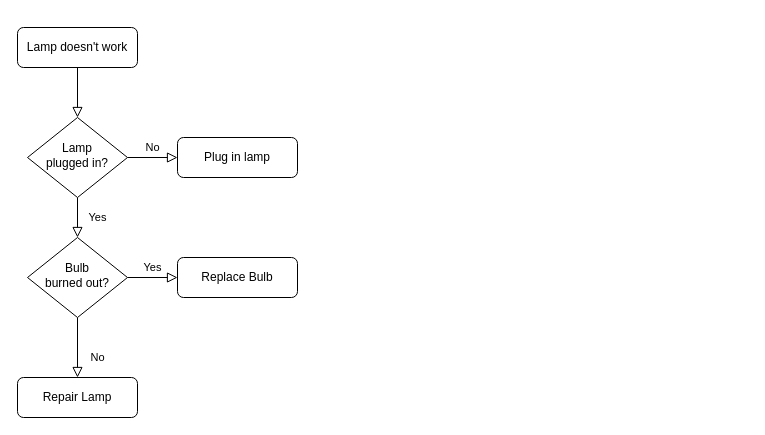
The draw.io diagram Untitled Diagram.drawio in nadimsheikh07/imageToPdf, before the edit. Source tidied: cells renumbered, new cells numbered last; positions are measured from the earlier drawing's top-left corner, leaving out a move shared by most shapes. Both pictures are drawn from the tidied source at 100%, with x=0, y=0 at pixel (17, 27).
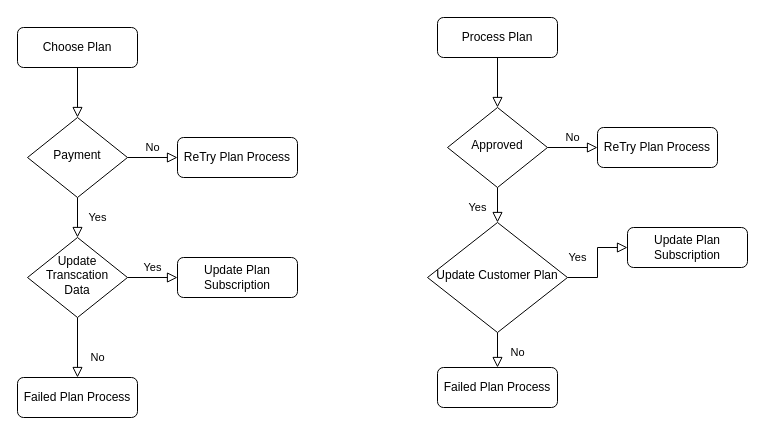
The same page after the edit.

Diff of the diagram source:
```diff
@@
-    <mxCell id="3" value="Lamp doesn't work" style="rounded=1;whiteSpace=wrap;html=1;fontSize=12;glass=0;strokeWidth=1;shadow=0;" parent="1" vertex="1">
+    <mxCell id="3" value="Choose Plan" style="rounded=1;whiteSpace=wrap;html=1;fontSize=12;glass=0;strokeWidth=1;shadow=0;" parent="1" vertex="1">
       <mxGeometry width="120" height="40" as="geometry" />
     </mxCell>
@@
-    <mxCell id="6" value="Lamp&lt;br&gt;plugged in?" style="rhombus;whiteSpace=wrap;html=1;shadow=0;fontFamily=Helvetica;fontSize=12;align=center;strokeWidth=1;spacing=6;spacingTop=-4;" parent="1" vertex="1">
+    <mxCell id="6" value="Payment" style="rhombus;whiteSpace=wrap;html=1;shadow=0;fontFamily=Helvetica;fontSize=12;align=center;strokeWidth=1;spacing=6;spacingTop=-4;" parent="1" vertex="1">
       <mxGeometry x="10" y="90" width="100" height="80" as="geometry" />
     </mxCell>
-    <mxCell id="7" value="Plug in lamp" style="rounded=1;whiteSpace=wrap;html=1;fontSize=12;glass=0;strokeWidth=1;shadow=0;" parent="1" vertex="1">
+    <mxCell id="7" value="ReTry Plan Process" style="rounded=1;whiteSpace=wrap;html=1;fontSize=12;glass=0;strokeWidth=1;shadow=0;" parent="1" vertex="1">
       <mxGeometry x="160" y="110" width="120" height="40" as="geometry" />
     </mxCell>
@@
-    <mxCell id="10" value="Bulb&lt;br&gt;burned out?" style="rhombus;whiteSpace=wrap;html=1;shadow=0;fontFamily=Helvetica;fontSize=12;align=center;strokeWidth=1;spacing=6;spacingTop=-4;" parent="1" vertex="1">
+    <mxCell id="10" value="Update Transcation Data" style="rhombus;whiteSpace=wrap;html=1;shadow=0;fontFamily=Helvetica;fontSize=12;align=center;strokeWidth=1;spacing=6;spacingTop=-4;" parent="1" vertex="1">
       <mxGeometry x="10" y="210" width="100" height="80" as="geometry" />
     </mxCell>
-    <mxCell id="11" value="Repair Lamp" style="rounded=1;whiteSpace=wrap;html=1;fontSize=12;glass=0;strokeWidth=1;shadow=0;" parent="1" vertex="1">
+    <mxCell id="11" value="Failed Plan Process" style="rounded=1;whiteSpace=wrap;html=1;fontSize=12;glass=0;strokeWidth=1;shadow=0;" parent="1" vertex="1">
       <mxGeometry y="350" width="120" height="40" as="geometry" />
     </mxCell>
-    <mxCell id="12" value="Replace Bulb" style="rounded=1;whiteSpace=wrap;html=1;fontSize=12;glass=0;strokeWidth=1;shadow=0;" parent="1" vertex="1">
+    <mxCell id="12" value="Update Plan Subscription" style="rounded=1;whiteSpace=wrap;html=1;fontSize=12;glass=0;strokeWidth=1;shadow=0;" parent="1" vertex="1">
       <mxGeometry x="160" y="230" width="120" height="40" as="geometry" />
     </mxCell>
+    <mxCell id="13" style="rounded=0;html=1;jettySize=auto;fontSize=11;endArrow=block;endFill=0;endSize=8;strokeWidth=1;shadow=0;labelBackgroundColor=none;edgeStyle=orthogonalEdgeStyle;" parent="1" edge="1" source="14" target="17">
+      <mxGeometry relative="1" as="geometry" />
+    </mxCell>
+    <mxCell id="14" value="Process Plan" style="rounded=1;whiteSpace=wrap;html=1;fontSize=12;glass=0;strokeWidth=1;shadow=0;" parent="1" vertex="1">
+      <mxGeometry x="420" y="-10" width="120" height="40" as="geometry" />
+    </mxCell>
+    <mxCell id="15" value="Yes" style="rounded=0;html=1;jettySize=auto;fontSize=11;endArrow=block;endFill=0;endSize=8;strokeWidth=1;shadow=0;labelBackgroundColor=none;edgeStyle=orthogonalEdgeStyle;" parent="1" edge="1" source="17" target="21">
+      <mxGeometry x="0.33" y="-20" relative="1" as="geometry" />
+    </mxCell>
+    <mxCell id="16" value="No" style="edgeStyle=orthogonalEdgeStyle;rounded=0;html=1;jettySize=auto;fontSize=11;endArrow=block;endFill=0;endSize=8;strokeWidth=1;shadow=0;labelBackgroundColor=none;" parent="1" edge="1" source="17" target="18">
+      <mxGeometry y="10" relative="1" as="geometry" />
+    </mxCell>
+    <mxCell id="17" value="Approved" style="rhombus;whiteSpace=wrap;html=1;shadow=0;fontFamily=Helvetica;fontSize=12;align=center;strokeWidth=1;spacing=6;spacingTop=-4;" parent="1" vertex="1">
+      <mxGeometry x="430" y="80" width="100" height="80" as="geometry" />
+    </mxCell>
+    <mxCell id="18" value="ReTry Plan Process" style="rounded=1;whiteSpace=wrap;html=1;fontSize=12;glass=0;strokeWidth=1;shadow=0;" parent="1" vertex="1">
+      <mxGeometry x="580" y="100" width="120" height="40" as="geometry" />
+    </mxCell>
+    <mxCell id="19" value="No" style="rounded=0;html=1;jettySize=auto;fontSize=11;endArrow=block;endFill=0;endSize=8;strokeWidth=1;shadow=0;labelBackgroundColor=none;edgeStyle=orthogonalEdgeStyle;" parent="1" edge="1" source="21" target="22">
+      <mxGeometry x="0.33" y="20" relative="1" as="geometry" />
+    </mxCell>
+    <mxCell id="20" value="Yes" style="edgeStyle=orthogonalEdgeStyle;rounded=0;html=1;jettySize=auto;fontSize=11;endArrow=block;endFill=0;endSize=8;strokeWidth=1;shadow=0;labelBackgroundColor=none;" parent="1" edge="1" source="21" target="23">
+      <mxGeometry x="0.11" y="20" relative="1" as="geometry" />
+    </mxCell>
+    <mxCell id="21" value="Update Customer Plan" style="rhombus;whiteSpace=wrap;html=1;shadow=0;fontFamily=Helvetica;fontSize=12;align=center;strokeWidth=1;spacing=6;spacingTop=-4;" parent="1" vertex="1">
+      <mxGeometry x="410" y="195" width="140" height="110" as="geometry" />
+    </mxCell>
+    <mxCell id="22" value="Failed Plan Process" style="rounded=1;whiteSpace=wrap;html=1;fontSize=12;glass=0;strokeWidth=1;shadow=0;" parent="1" vertex="1">
+      <mxGeometry x="420" y="340" width="120" height="40" as="geometry" />
+    </mxCell>
+    <mxCell id="23" value="Update Plan Subscription" style="rounded=1;whiteSpace=wrap;html=1;fontSize=12;glass=0;strokeWidth=1;shadow=0;" parent="1" vertex="1">
+      <mxGeometry x="610" y="200" width="120" height="40" as="geometry" />
+    </mxCell>
```
